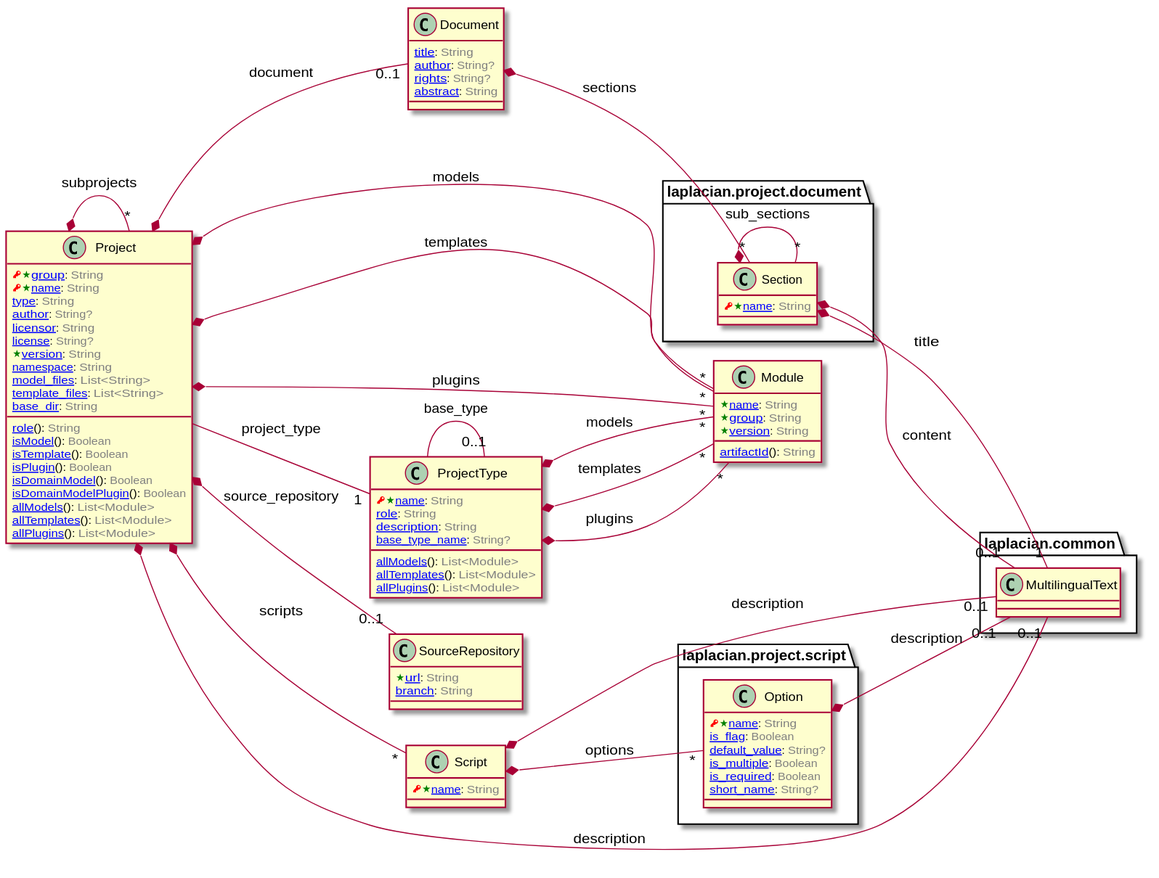
laplacian-core/project.domain-model keeps this PlantUML diagram as doc/image/model-diagram.svg. Above is the earlier version.
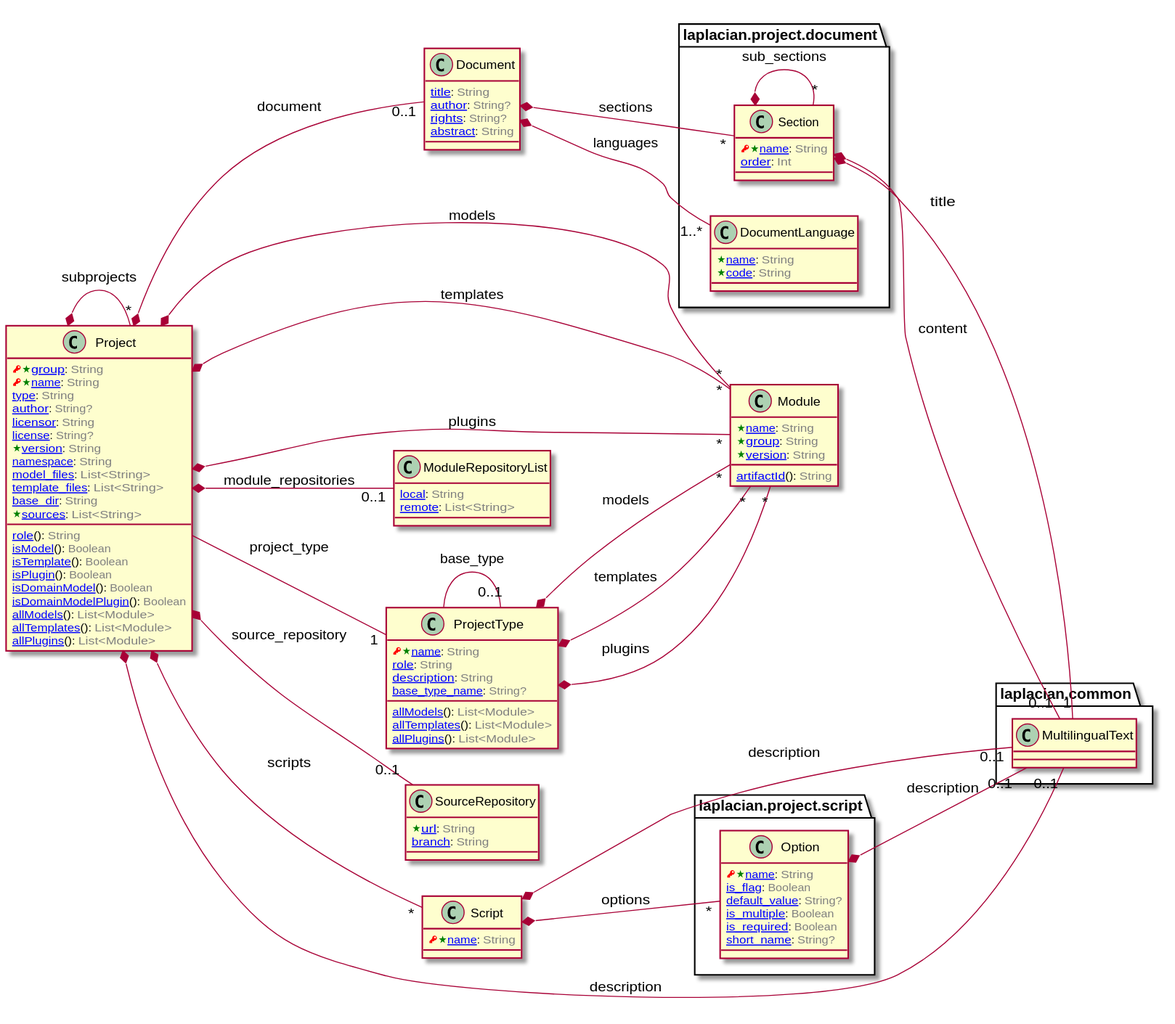
After the change.

The edit, as a diff of the source:
```diff
@@ -24,8 +24,29 @@
 
 
 
+
+package laplacian.project.document {
+  class DocumentLanguage {
+  }
+}
+
+
+Document *-- "1..*" DocumentLanguage : languages
+
+
+
+
+class DocumentLanguage [[/blob/master/doc/entities/DocumentLanguage.md]] {
+  <color:Green><&star></color>[[/blob/master/doc/entities/DocumentLanguage.md#name-string name]]: <color:GRAY>String</color>
+  <color:Green><&star></color>[[/blob/master/doc/entities/DocumentLanguage.md#code-string code]]: <color:GRAY>String</color>
+}
+
+
+
+
 class Section [[/blob/master/doc/entities/Section.md]] {
   <color:RED><&key></color><color:Green><&star></color>[[/blob/master/doc/entities/Section.md#name-string name]]: <color:GRAY>String</color>
+  [[/blob/master/doc/entities/Section.md#order-int order]]: <color:GRAY>Int</color>
 }
 
 
@@ -72,6 +93,14 @@
 
 
 
+class ModuleRepositoryList [[/blob/master/doc/entities/ModuleRepositoryList.md]] {
+  [[/blob/master/doc/entities/ModuleRepositoryList.md#local-string local]]: <color:GRAY>String</color>
+  [[/blob/master/doc/entities/ModuleRepositoryList.md#remote-listString remote]]: <color:GRAY>List<String></color>
+}
+
+
+
+
 class Project [[/blob/master/doc/entities/Project.md]] {
   <color:RED><&key></color><color:Green><&star></color>[[/blob/master/doc/entities/Project.md#group-string group]]: <color:GRAY>String</color>
   <color:RED><&key></color><color:Green><&star></color>[[/blob/master/doc/entities/Project.md#name-string name]]: <color:GRAY>String</color>
@@ -90,6 +119,7 @@
   [[/blob/master/doc/entities/Project.md#is_plugin-boolean isPlugin]](): <color:GRAY>Boolean</color>
   [[/blob/master/doc/entities/Project.md#is_domain_model-boolean isDomainModel]](): <color:GRAY>Boolean</color>
   [[/blob/master/doc/entities/Project.md#is_domain_model_plugin-boolean isDomainModelPlugin]](): <color:GRAY>Boolean</color>
+  <color:Green><&star></color>[[/blob/master/doc/entities/Project.md#sources-listString sources]]: <color:GRAY>List<String></color>
   [[/blob/master/doc/entities/Project.md#all_models-listModule allModels]](): <color:GRAY>List<Module></color>
   [[/blob/master/doc/entities/Project.md#all_templates-listModule allTemplates]](): <color:GRAY>List<Module></color>
   [[/blob/master/doc/entities/Project.md#all_plugins-listModule allPlugins]](): <color:GRAY>List<Module></color>
@@ -127,6 +157,13 @@
 
 
 Project *-- "0..1" SourceRepository : source_repository
+
+
+
+
+
+
+Project *-- "0..1" ModuleRepositoryList : module_repositories
 
 
 
```
